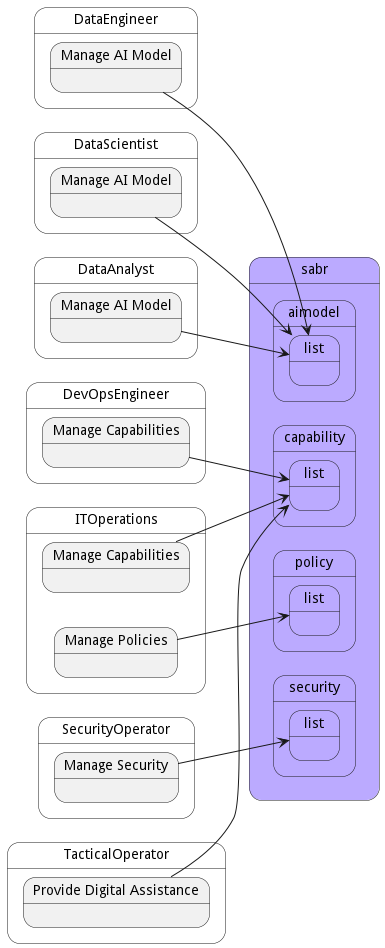
madajaju/sabr keeps this PlantUML diagram as docs/sabr/scenariomapping.png. Above is the earlier version.
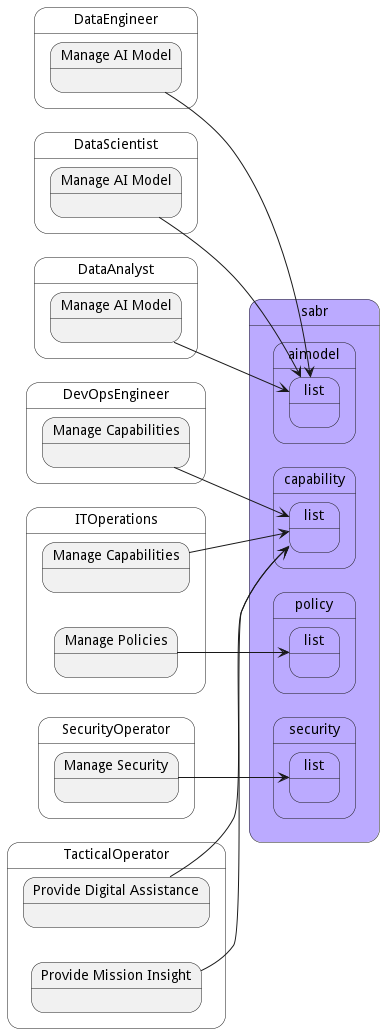
The same file after the commit.

The edit, as a diff of the source:
```diff
@@ -117,5 +117,20 @@
 
 
 
+state "Tactical Operator" as TacticalOperator {
+    state "Provide Mission Insight" as TacticalOperatorProvideMissionInsight {
+    }
+}
+state "sabr" as sabr #bbaaff {
+state "capability" as sabrcapability #bbaaff {
+state "list" as sabrcapabilitylist #bbaaff {
+}
+}
+}
+
+TacticalOperatorProvideMissionInsight --> sabrcapabilitylist
+
+
+
 
 @enduml
```
